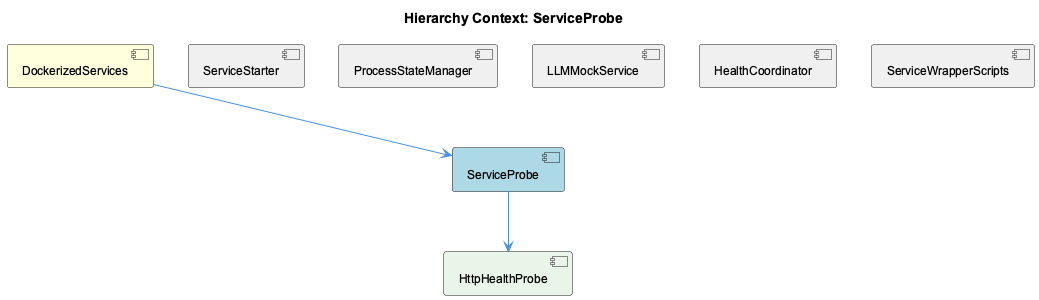
fwornle/coding keeps this PlantUML diagram as knowledge-management/insights/images/service-probe-relationship.png. Above is the earlier version. The source it was exported from:
```plantuml
@startuml
!include _standard-style.puml

title Hierarchy Context: ServiceProbe

[DockerizedServices] as dockerized_services #FFFFDD
[ServiceProbe] as service_probe #LightBlue
[ServiceStarter] as service_starter #F0F0F0
[ProcessStateManager] as process_state_manager #F0F0F0
[LLMMockService] as llmmock_service #F0F0F0
[HealthCoordinator] as health_coordinator #F0F0F0
[ServiceWrapperScripts] as service_wrapper_scripts #F0F0F0
[HttpHealthProbe] as http_health_probe #E8F5E8

dockerized_services --> service_probe
service_starter -[hidden]- service_probe
process_state_manager -[hidden]- service_probe
llmmock_service -[hidden]- service_probe
health_coordinator -[hidden]- service_probe
service_wrapper_scripts -[hidden]- service_probe
service_probe --> http_health_probe

@enduml
```
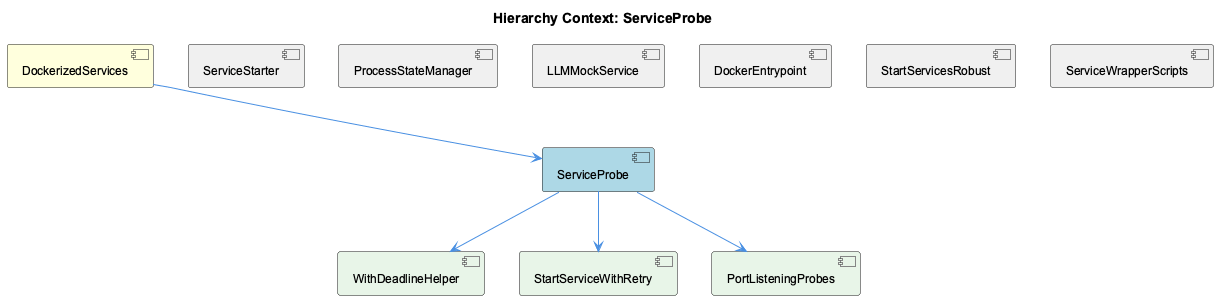
Above is the later version.

Change to the diagram source:
```diff
@@ -8,16 +8,22 @@
 [ServiceStarter] as service_starter #F0F0F0
 [ProcessStateManager] as process_state_manager #F0F0F0
 [LLMMockService] as llmmock_service #F0F0F0
-[HealthCoordinator] as health_coordinator #F0F0F0
+[DockerEntrypoint] as docker_entrypoint #F0F0F0
+[StartServicesRobust] as start_services_robust #F0F0F0
 [ServiceWrapperScripts] as service_wrapper_scripts #F0F0F0
-[HttpHealthProbe] as http_health_probe #E8F5E8
+[WithDeadlineHelper] as with_deadline_helper #E8F5E8
+[StartServiceWithRetry] as start_service_with_retry #E8F5E8
+[PortListeningProbes] as port_listening_probes #E8F5E8
 
 dockerized_services --> service_probe
 service_starter -[hidden]- service_probe
 process_state_manager -[hidden]- service_probe
 llmmock_service -[hidden]- service_probe
-health_coordinator -[hidden]- service_probe
+docker_entrypoint -[hidden]- service_probe
+start_services_robust -[hidden]- service_probe
 service_wrapper_scripts -[hidden]- service_probe
-service_probe --> http_health_probe
+service_probe --> with_deadline_helper
+service_probe --> start_service_with_retry
+service_probe --> port_listening_probes
 
 @enduml
```
